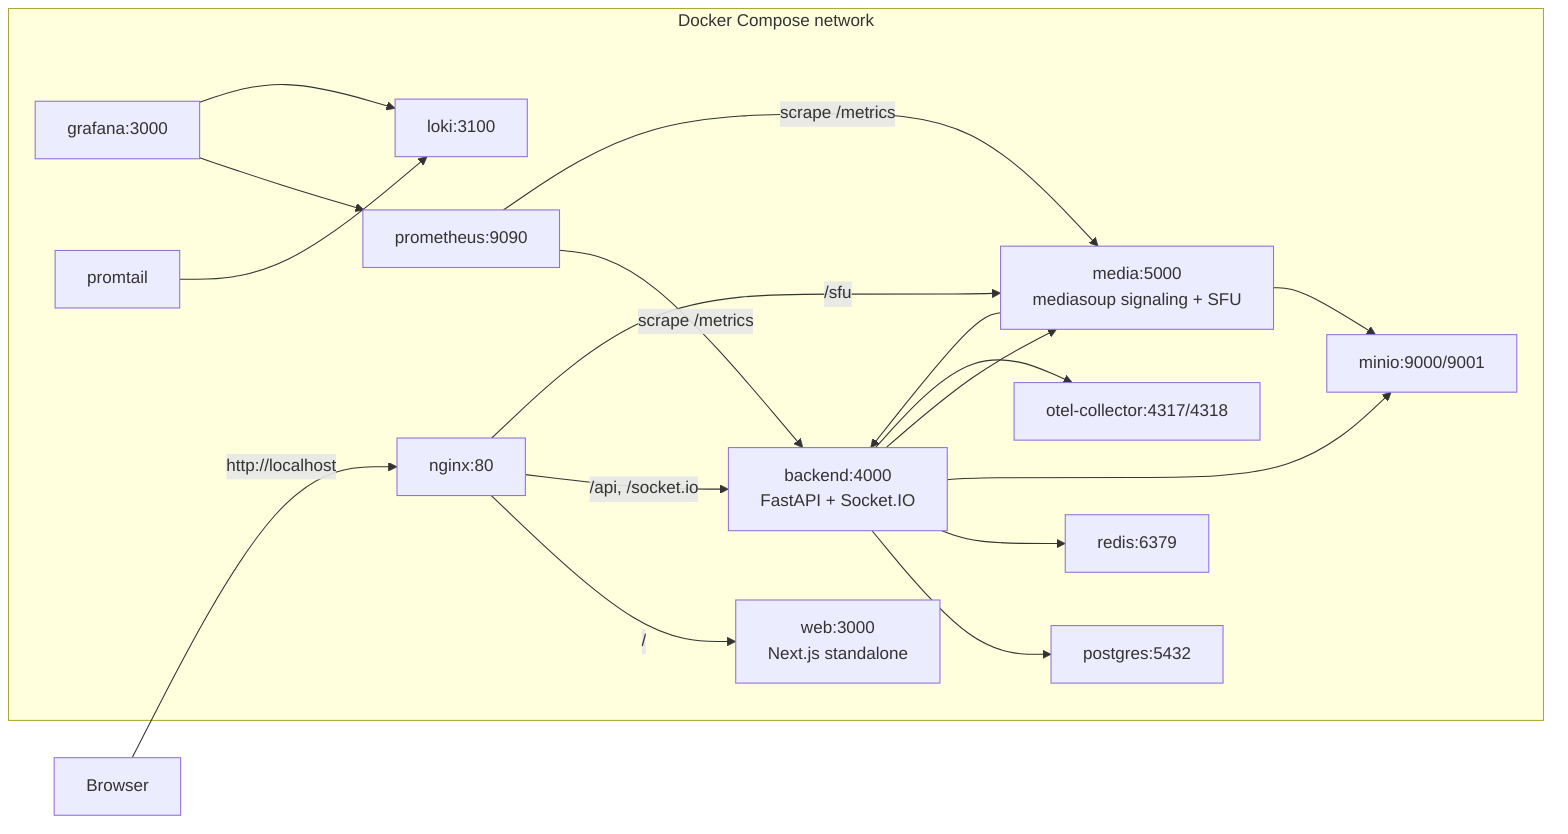
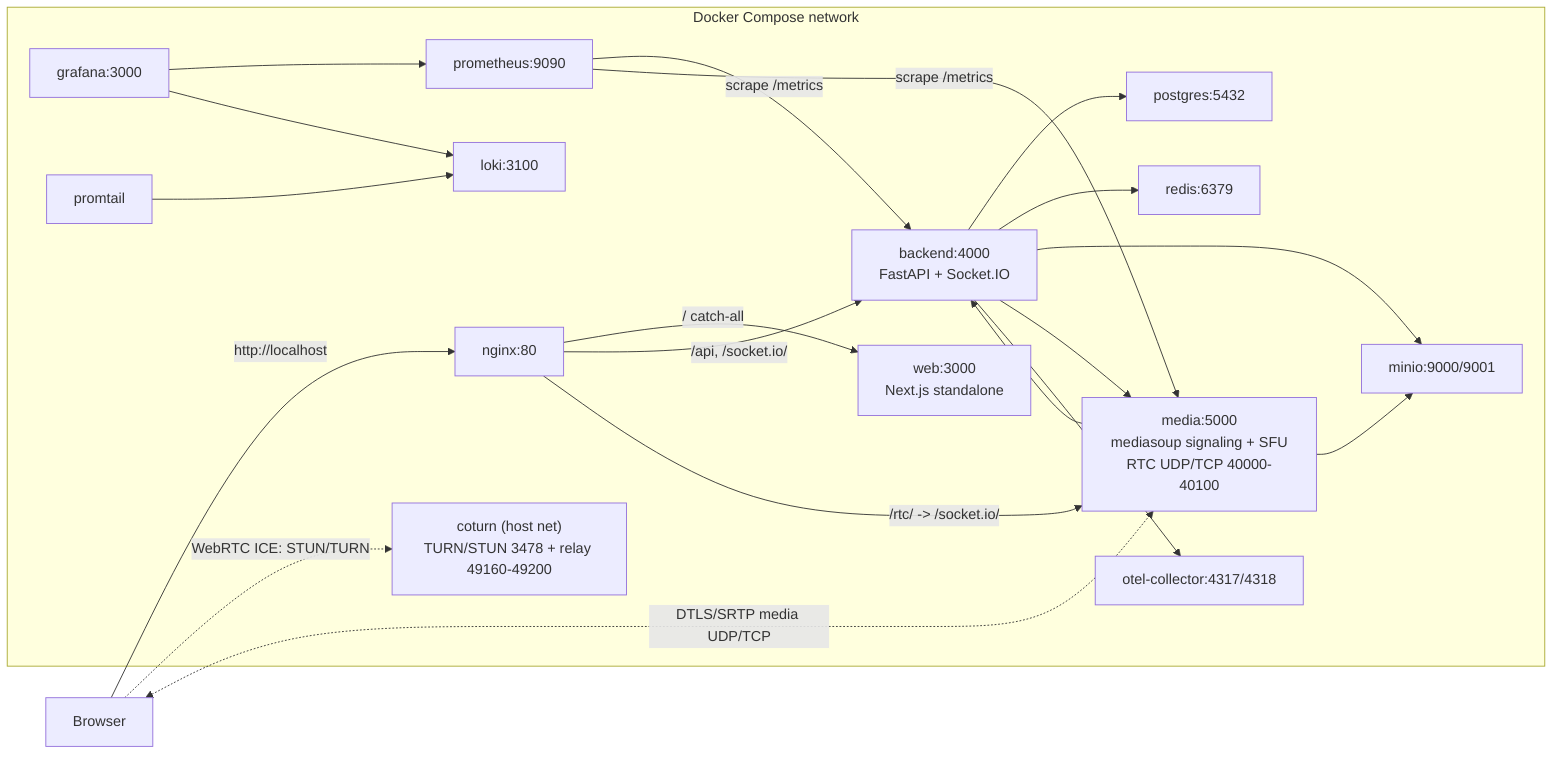
﻿flowchart LR
  subgraph Docker["Docker Compose network"]
    Nginx["nginx:80"]
    Web["web:3000\nNext.js standalone"]
    Backend["backend:4000\nFastAPI + Socket.IO"]
-     Media["media:5000\nmediasoup signaling + SFU"]
+     Media["media:5000\nmediasoup signaling + SFU\nRTC UDP/TCP 40000-40100"]
+     Coturn["coturn (host net)\nTURN/STUN 3478 + relay 49160-49200"]
    Postgres["postgres:5432"]
    Redis["redis:6379"]
    Minio["minio:9000/9001"]
    Prometheus["prometheus:9090"]
    Grafana["grafana:3000"]
    Loki["loki:3100"]
    Promtail["promtail"]
    Otel["otel-collector:4317/4318"]
  end

  Browser["Browser"] -->|http://localhost| Nginx
-   Nginx -->|/| Web
-   Nginx -->|/api, /socket.io| Backend
-   Nginx -->|/sfu| Media
+   Nginx -->|/ catch-all| Web
+   Nginx -->|/api, /socket.io/| Backend
+   Nginx -->|/rtc/ -> /socket.io/| Media
+ 
+   Browser -.->|WebRTC ICE: STUN/TURN| Coturn
+   Browser <-.->|DTLS/SRTP media UDP/TCP| Media

  Backend --> Postgres
  Backend --> Redis
  Backend --> Minio
  Backend --> Media
  Media --> Minio
  Media --> Backend

  Prometheus -->|scrape /metrics| Backend
  Prometheus -->|scrape /metrics| Media
  Grafana --> Prometheus
  Grafana --> Loki
  Promtail --> Loki
  Backend --> Otel
